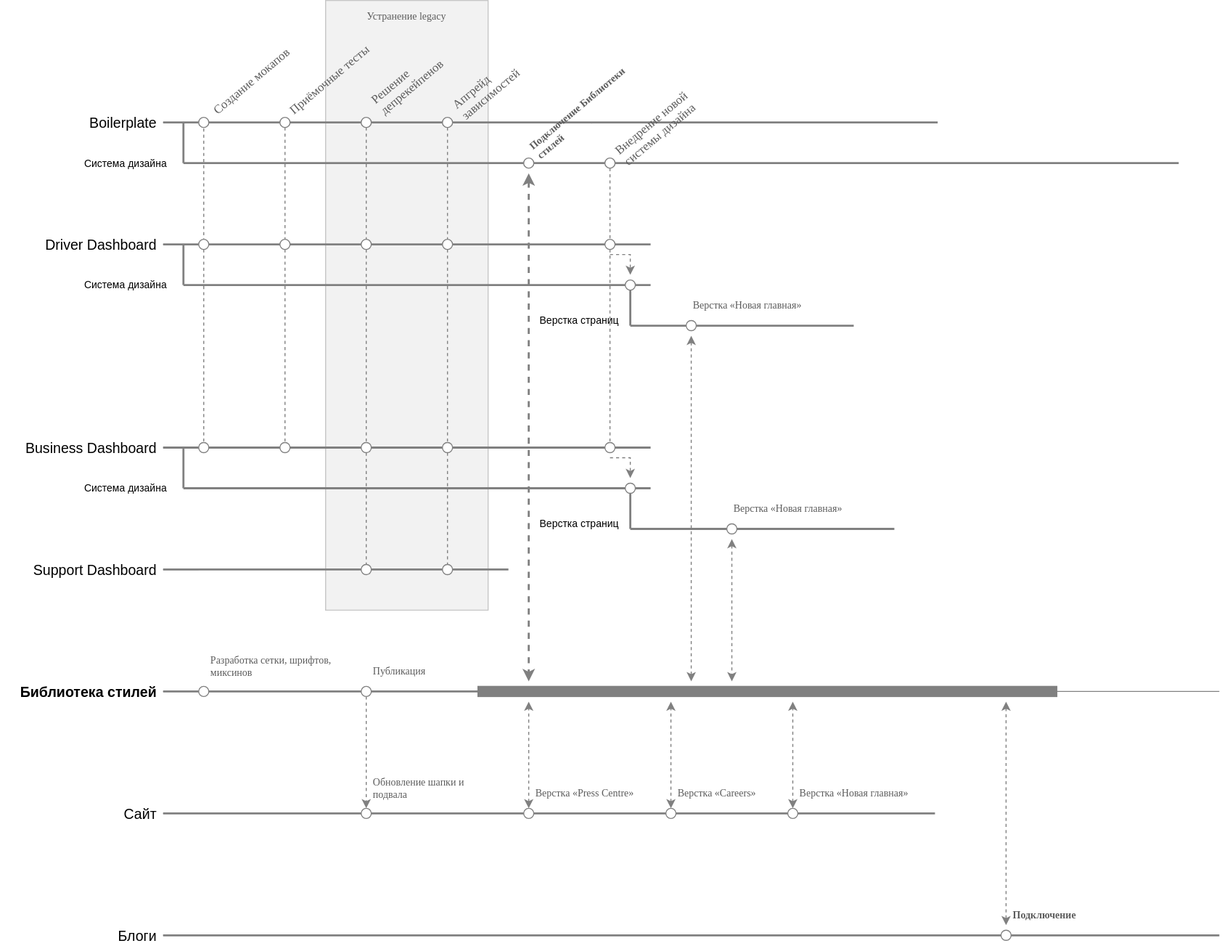
The draw.io diagram web-roadmaps.svg in ajile/draw-io, before a commit. Source tidied: cells renumbered, new cells last; positions are measured from the earlier drawing's top-left corner, leaving out a move shared by most shapes.
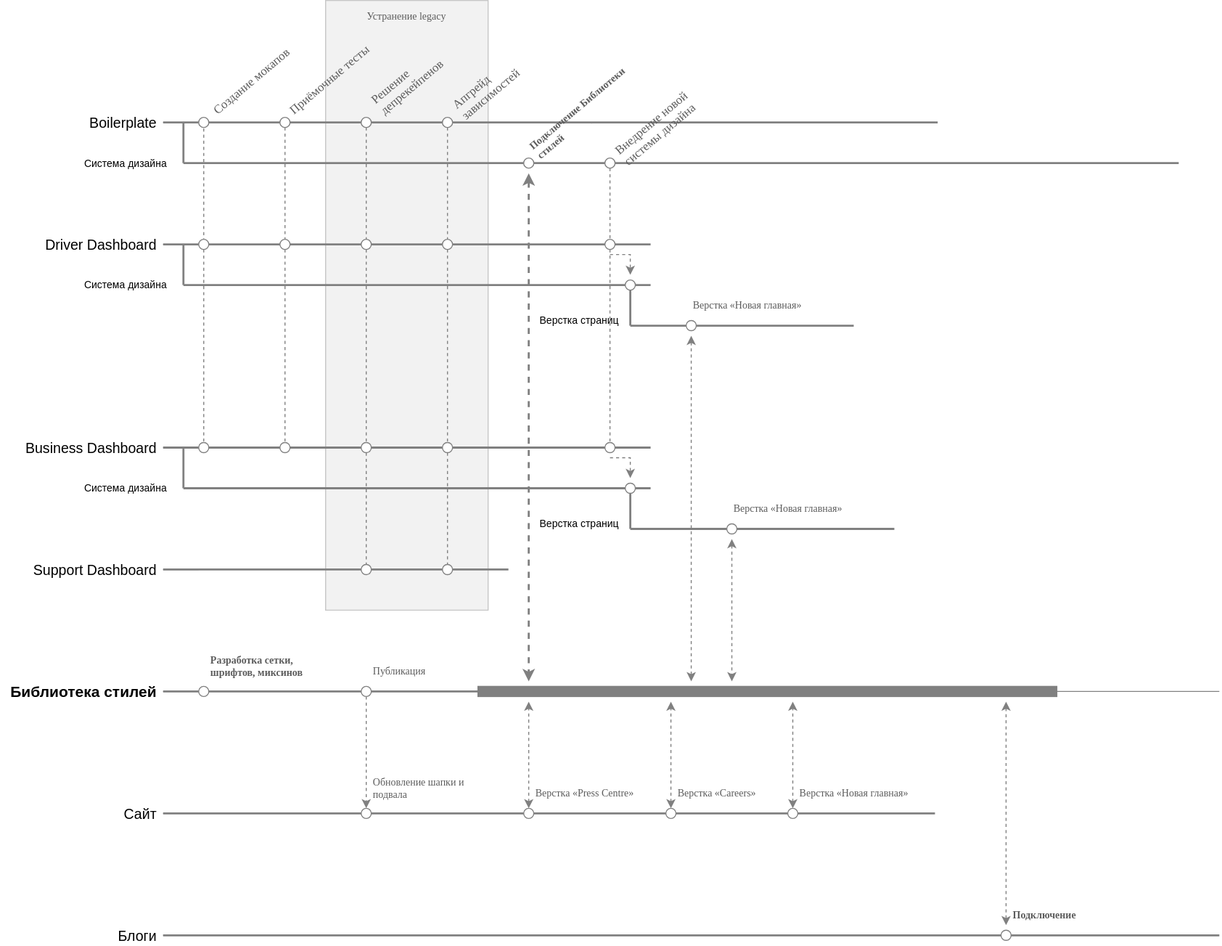
Above is the later version.

Diff of the diagram source:
```diff
@@ -11,7 +11,7 @@
     <mxCell id="3" style="rounded=0;whiteSpace=wrap;html=1;shadow=0;strokeColor=#C7C7C7;strokeWidth=1;fillColor=#F2F2F2;gradientColor=none;fontFamily=Verdana;fontSize=10;fontColor=#5C5C5C;align=center;" parent="1" vertex="1">
       <mxGeometry x="320" width="160" height="600" as="geometry" />
     </mxCell>
-    <mxCell id="4" value="Разработка сетки, шрифтов, миксинов&lt;br&gt;" style="text;html=1;strokeColor=none;fillColor=none;align=left;verticalAlign=middle;whiteSpace=wrap;rounded=0;shadow=0;fontFamily=Verdana;fontSize=10;fontColor=#5C5C5C;horizontal=1;" parent="1" vertex="1">
+    <mxCell id="4" value="Разработка сетки, шрифтов, миксинов&lt;br&gt;" style="text;html=1;strokeColor=none;fillColor=none;align=left;verticalAlign=middle;whiteSpace=wrap;rounded=0;shadow=0;fontFamily=Verdana;fontSize=10;fontColor=#5C5C5C;horizontal=1;fontStyle=1;" parent="1" vertex="1">
       <mxGeometry x="205" y="640" width="125" height="30" as="geometry" />
     </mxCell>
     <mxCell id="5" style="endArrow=none;html=1;labelBackgroundColor=none;strokeColor=#808080;strokeWidth=2;fontFamily=Verdana;fontSize=12;fontColor=#5C5C5C;" parent="1" edge="1">
@@ -188,7 +188,7 @@
         <mxPoint x="1200" y="680" as="targetPoint" />
       </mxGeometry>
     </mxCell>
-    <mxCell id="53" value="&lt;div style=&quot;text-align: left; font-size: 14px;&quot;&gt;Библиотека стилей&lt;/div&gt;" style="text;html=1;strokeColor=none;fillColor=none;align=right;verticalAlign=middle;whiteSpace=wrap;rounded=0;spacingRight=5;fontStyle=1;fontSize=14;" parent="1" vertex="1">
+    <mxCell id="53" value="&lt;div style=&quot;text-align: left; font-size: 15px;&quot;&gt;Библиотека стилей&lt;/div&gt;" style="text;html=1;strokeColor=none;fillColor=none;align=right;verticalAlign=middle;whiteSpace=wrap;rounded=0;spacingRight=5;fontStyle=1;fontSize=15;" parent="1" vertex="1">
       <mxGeometry y="670" width="160" height="20" as="geometry" />
     </mxCell>
     <mxCell id="54" style="ellipse;whiteSpace=wrap;html=1;rounded=0;shadow=0;strokeColor=#808080;strokeWidth=1;fillColor=#ffffff;gradientColor=none;fontFamily=Verdana;fontSize=12;fontColor=#5C5C5C;align=left;" parent="1" vertex="1">
```
